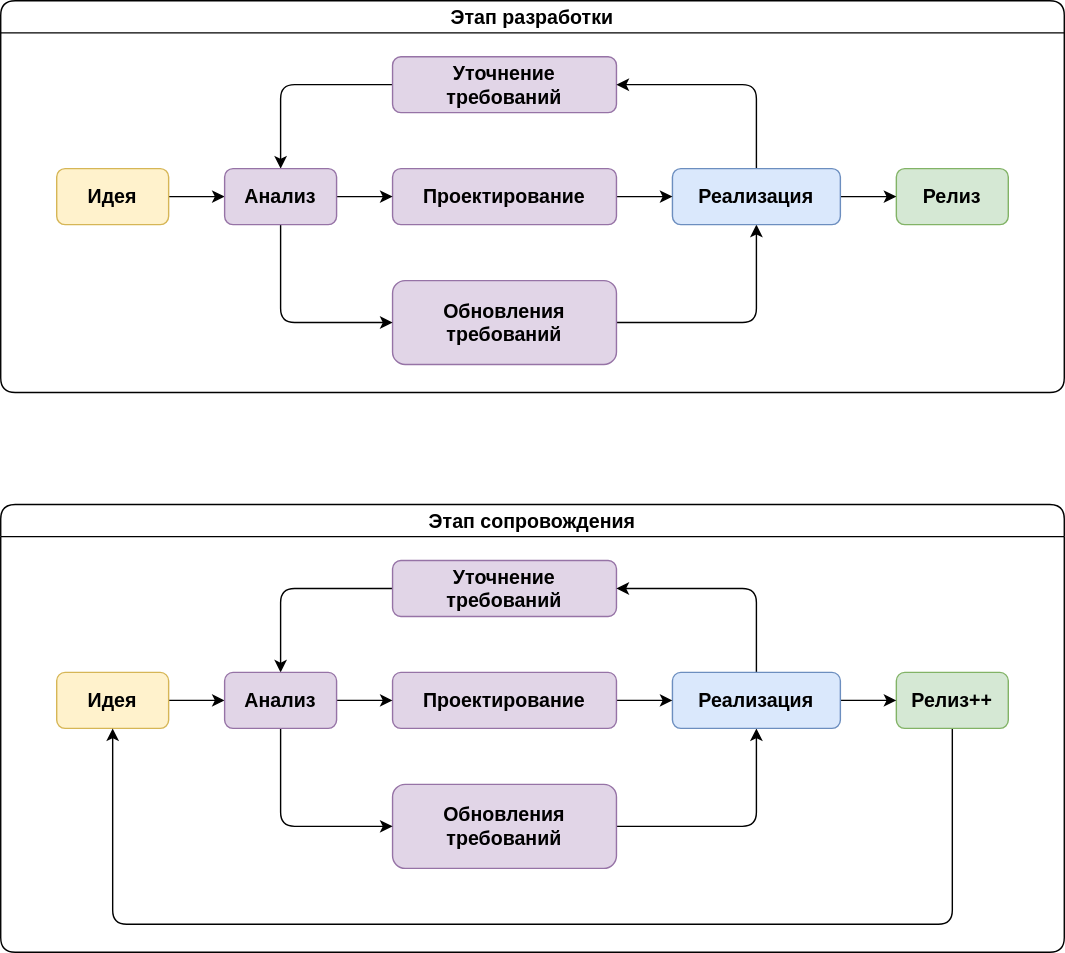
Above: Жизненный цикл проекта.drawio.svg in taraswww777/diagrams.net (draw.io), before the change. Source tidied: cells renumbered, new cells last; positions are measured from the earlier drawing's top-left corner, leaving out a move shared by most shapes.
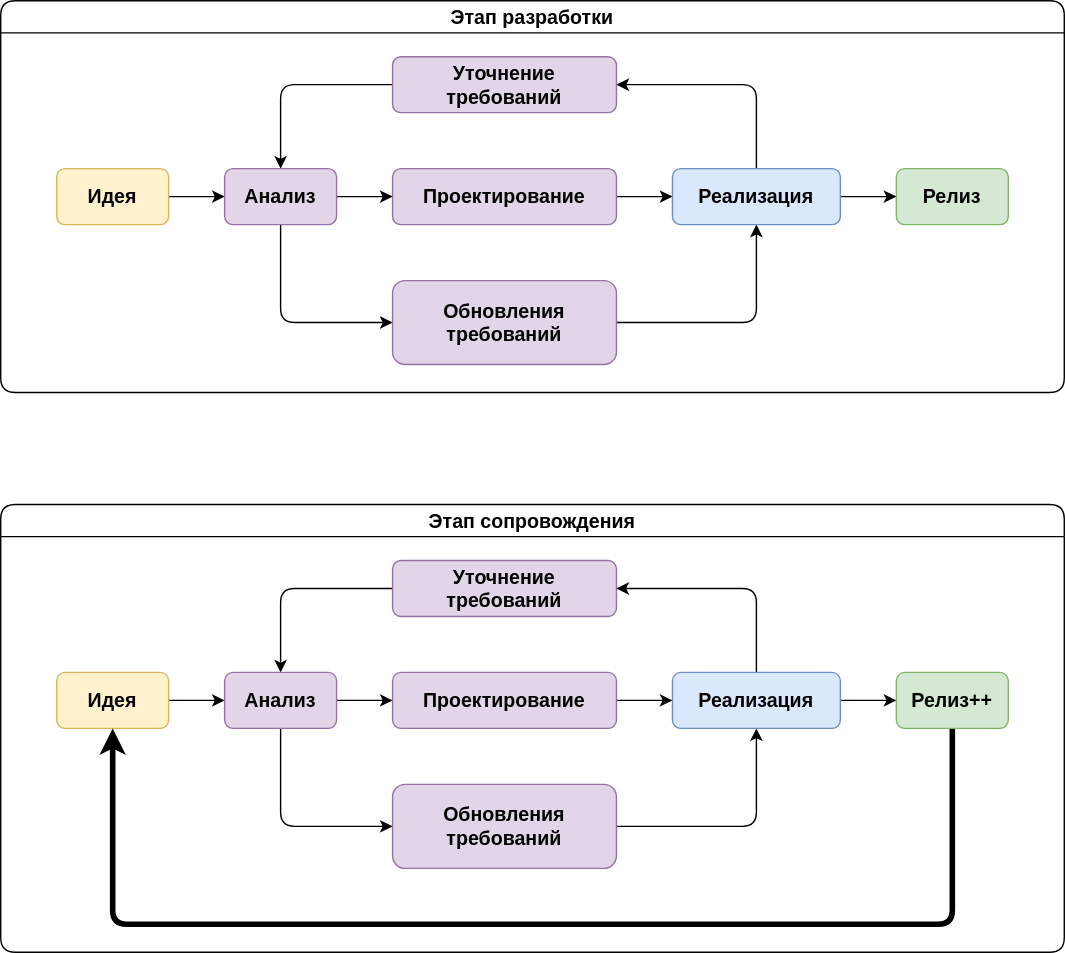
The same diagram one commit later.

Change to the diagram source:
```diff
@@ -79,7 +79,7 @@
     <mxCell id="24" value="Уточнение требований" style="rounded=1;whiteSpace=wrap;html=1;fillColor=#e1d5e7;strokeColor=#9673a6;fontStyle=1;fontSize=14;" parent="18" vertex="1">
       <mxGeometry x="280" y="40" width="160" height="40" as="geometry" />
     </mxCell>
-    <mxCell id="25" style="edgeStyle=orthogonalEdgeStyle;rounded=1;jettySize=auto;html=1;entryX=0.5;entryY=1;entryDx=0;entryDy=0;" parent="18" edge="1" source="26" target="20">
+    <mxCell id="25" style="edgeStyle=orthogonalEdgeStyle;rounded=1;jettySize=auto;html=1;entryX=0.5;entryY=1;entryDx=0;entryDy=0;shadow=0;strokeWidth=4;" parent="18" edge="1" source="26" target="20">
       <mxGeometry relative="1" as="geometry">
         <Array as="points">
           <mxPoint x="680" y="300" />
```
